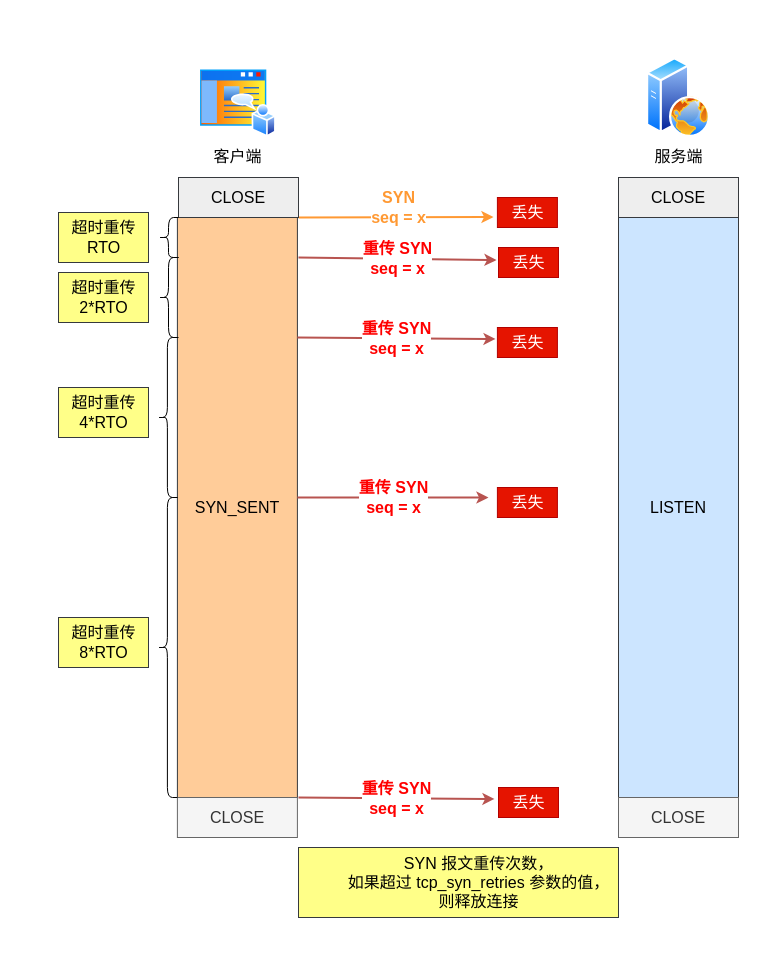
Earlier version of the draw.io diagram 网络/第一次握手丢失.drawio (xiaolincoder/ImageHost4). Source tidied: cells renumbered, new cells numbered last; positions are measured from the earlier drawing's top-left corner, leaving out a move shared by most shapes. Both pictures are drawn from the tidied source at 100%, with x=0, y=0 at pixel (58, 57).
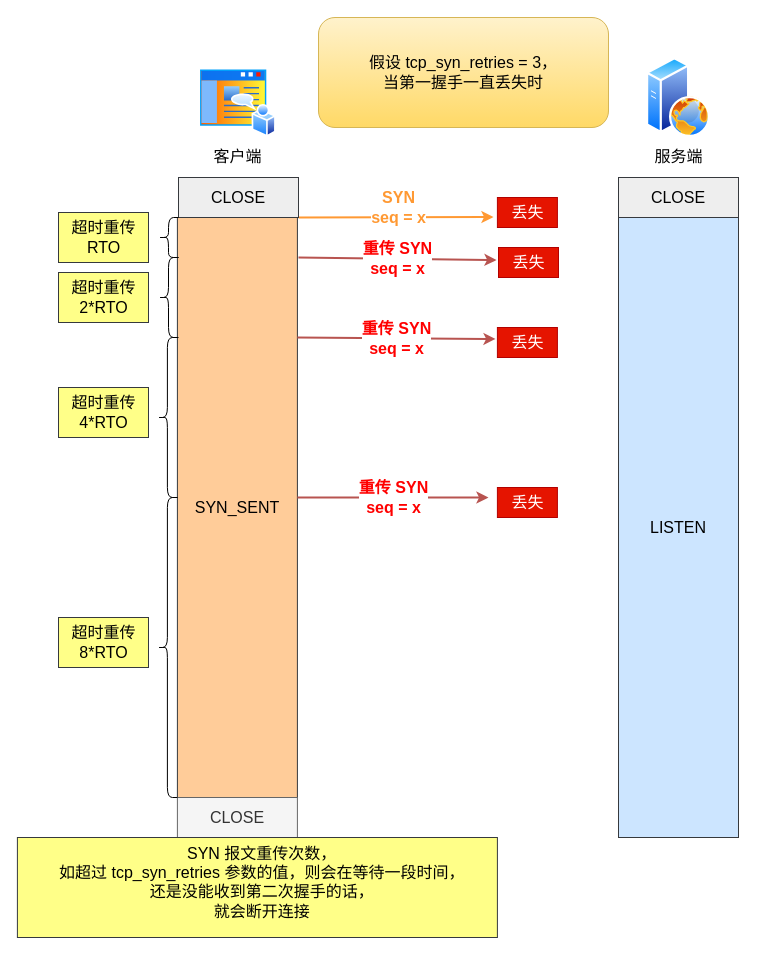
Above is the later version.

Commit message (it also covers changes not shown here):
更新第一次握手丢失.drawio

Diff of the diagram source:
```diff
@@
     <mxCell id="5" value="LISTEN" style="rounded=0;whiteSpace=wrap;html=1;fontSize=16;fillColor=#cce5ff;strokeColor=#36393d;" parent="1" vertex="1">
-      <mxGeometry x="560" y="160" width="120" height="580" as="geometry" />
+      <mxGeometry x="560" y="160" width="120" height="620" as="geometry" />
     </mxCell>
@@
-    <mxCell id="12" value="&lt;blockquote style=&quot;margin: 0 0 0 40px; border: none; padding: 0px;&quot;&gt;SYN 报文重传次数，&lt;/blockquote&gt;&lt;blockquote style=&quot;margin: 0 0 0 40px; border: none; padding: 0px;&quot;&gt;&lt;span style=&quot;background-color: initial;&quot;&gt;如果超过 tcp_syn_retries 参数的值，&lt;/span&gt;&lt;/blockquote&gt;&lt;blockquote style=&quot;margin: 0 0 0 40px; border: none; padding: 0px;&quot;&gt;则释放连接&lt;/blockquote&gt;" style="text;html=1;align=center;verticalAlign=middle;strokeColor=#36393d;fillColor=#ffff88;fontSize=16;" parent="1" vertex="1">
-      <mxGeometry x="240" y="790" width="320" height="70" as="geometry" />
-    </mxCell>
@@
-    <mxCell id="24" value="&lt;b style=&quot;color: rgb(255, 0, 0);&quot;&gt;重传&amp;nbsp;&lt;/b&gt;&lt;font color=&quot;#ff0000&quot;&gt;&lt;b&gt;SYN&lt;br&gt;seq = x&lt;/b&gt;&lt;/font&gt;" style="rounded=0;jettySize=auto;html=1;fontSize=16;fillColor=#f8cecc;strokeColor=#b85450;gradientColor=#ea6b66;strokeWidth=2;entryX=-0.067;entryY=0.383;entryDx=0;entryDy=0;entryPerimeter=0;" parent="1" edge="1" target="25">
-      <mxGeometry relative="1" as="geometry">
-        <mxPoint x="240" y="740" as="sourcePoint" />
-      </mxGeometry>
-    </mxCell>
-    <mxCell id="25" value="丢失" style="text;html=1;align=center;verticalAlign=middle;points=[];strokeColor=#B20000;fillColor=#e51400;fontSize=16;fontColor=#ffffff;" parent="1" vertex="1">
-      <mxGeometry x="440" y="730" width="60" height="30" as="geometry" />
-    </mxCell>
-    <mxCell id="26" value="CLOSE" style="rounded=0;whiteSpace=wrap;html=1;fontSize=16;fillColor=#f5f5f5;fontColor=#333333;strokeColor=#666666;" parent="1" vertex="1">
-      <mxGeometry x="560" y="740" width="120" height="40" as="geometry" />
-    </mxCell>
@@
+    <mxCell id="29" value="&lt;blockquote style=&quot;font-family: Helvetica; font-size: 16px; font-style: normal; font-variant-ligatures: normal; font-variant-caps: normal; font-weight: 400; letter-spacing: normal; orphans: 2; text-align: center; text-indent: 0px; text-transform: none; widows: 2; word-spacing: 0px; -webkit-text-stroke-width: 0px; text-decoration-thickness: initial; text-decoration-style: initial; text-decoration-color: initial; color: rgb(0, 0, 0); margin: 0px 0px 0px 40px; border: none; padding: 0px;&quot;&gt;SYN 报文重传次数，&lt;/blockquote&gt;&lt;blockquote style=&quot;font-family: Helvetica; font-size: 16px; font-style: normal; font-variant-ligatures: normal; font-variant-caps: normal; font-weight: 400; letter-spacing: normal; orphans: 2; text-align: center; text-indent: 0px; text-transform: none; widows: 2; word-spacing: 0px; -webkit-text-stroke-width: 0px; text-decoration-thickness: initial; text-decoration-style: initial; text-decoration-color: initial; color: rgb(0, 0, 0); margin: 0px 0px 0px 40px; border: none; padding: 0px;&quot;&gt;&lt;span style=&quot;&quot;&gt;如超过 tcp_syn_retries 参数的值，&lt;/span&gt;&lt;span style=&quot;&quot;&gt;则会在等待一段时间，&lt;/span&gt;&lt;/blockquote&gt;&lt;blockquote style=&quot;font-family: Helvetica; font-size: 16px; font-style: normal; font-variant-ligatures: normal; font-variant-caps: normal; font-weight: 400; letter-spacing: normal; orphans: 2; text-align: center; text-indent: 0px; text-transform: none; widows: 2; word-spacing: 0px; -webkit-text-stroke-width: 0px; text-decoration-thickness: initial; text-decoration-style: initial; text-decoration-color: initial; color: rgb(0, 0, 0); margin: 0px 0px 0px 40px; border: none; padding: 0px;&quot;&gt;还是没能收到第二次握手的话，&lt;/blockquote&gt;&lt;blockquote style=&quot;font-family: Helvetica; font-size: 16px; font-style: normal; font-variant-ligatures: normal; font-variant-caps: normal; font-weight: 400; letter-spacing: normal; orphans: 2; text-align: center; text-indent: 0px; text-transform: none; widows: 2; word-spacing: 0px; -webkit-text-stroke-width: 0px; text-decoration-thickness: initial; text-decoration-style: initial; text-decoration-color: initial; color: rgb(0, 0, 0); margin: 0px 0px 0px 40px; border: none; padding: 0px;&quot;&gt;就会断开连接&lt;/blockquote&gt;" style="text;whiteSpace=wrap;html=1;fontSize=16;fillColor=#ffff88;strokeColor=#36393d;labelBackgroundColor=none;" parent="1" vertex="1">
+      <mxGeometry x="-41.1" y="780" width="480" height="100" as="geometry" />
+    </mxCell>
+    <mxCell id="30" value="假设&amp;nbsp;&lt;span style=&quot;color: rgb(0, 0, 0);&quot;&gt;tcp_syn_retries = 3，&lt;/span&gt;&lt;span style=&quot;color: rgb(0, 0, 0);&quot;&gt;&lt;br&gt;当第一握手一直丢失时&lt;/span&gt;" style="rounded=1;whiteSpace=wrap;html=1;fontSize=16;fillColor=#fff2cc;gradientColor=#ffd966;strokeColor=#d6b656;" parent="1" vertex="1">
+      <mxGeometry x="260" y="-40" width="290" height="110" as="geometry" />
+    </mxCell>
```
